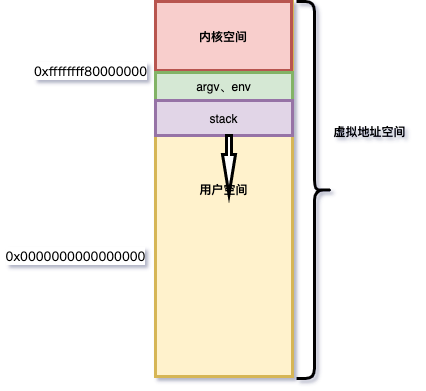
Above: 进程虚拟地址空间.png in midou-tech/pothoto (draw.io), before the change. Source tidied: cells renumbered, new cells last; positions are measured from the earlier drawing's top-left corner, leaving out a move shared by most shapes.
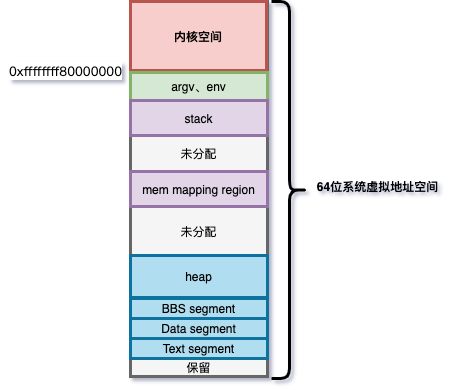
After the commit.

Commit message:
更新进程虚拟地址空间.png

The edit, as a diff of the source:
```diff
@@ -2,7 +2,7 @@
   <root>
     <mxCell id="0" />
     <mxCell id="1" parent="0" />
-    <mxCell id="2" value="&lt;b&gt;用户空间&lt;/b&gt;" style="rounded=0;whiteSpace=wrap;html=1;fillColor=#fff2cc;strokeColor=#d6b656;strokeWidth=3;" parent="1" vertex="1">
+    <mxCell id="2" style="rounded=0;whiteSpace=wrap;html=1;fillColor=#f5f5f5;strokeColor=#666666;strokeWidth=3;fontColor=#333333;" parent="1" vertex="1">
       <mxGeometry x="155" width="137" height="375" as="geometry" />
     </mxCell>
     <mxCell id="3" value="&lt;b&gt;内核空间&lt;/b&gt;" style="rounded=0;whiteSpace=wrap;html=1;fillColor=#f8cecc;strokeColor=#b85450;shadow=0;sketch=0;glass=0;strokeWidth=3;" parent="1" vertex="1">
@@ -11,23 +11,41 @@
     <mxCell id="4" style="shape=curlyBracket;whiteSpace=wrap;html=1;rounded=1;shadow=0;glass=0;sketch=0;strokeWidth=3;gradientColor=none;direction=west;" parent="1" vertex="1">
       <mxGeometry x="296" width="36" height="377" as="geometry" />
     </mxCell>
-    <mxCell id="5" value="&lt;b&gt;虚拟地址空间&lt;/b&gt;" style="text;html=1;align=center;verticalAlign=middle;" parent="1" vertex="1">
-      <mxGeometry x="324" y="120" width="90" height="20" as="geometry" />
+    <mxCell id="5" value="&lt;b&gt;64位系统虚拟地址空间&lt;/b&gt;" style="text;html=1;align=center;verticalAlign=middle;" parent="1" vertex="1">
+      <mxGeometry x="336" y="176" width="131" height="18" as="geometry" />
     </mxCell>
     <mxCell id="6" value="&lt;pre style=&quot;font-family: &amp;#34;jetbrains mono&amp;#34; ; font-size: 9.8pt&quot;&gt;&lt;span style=&quot;background-color: rgb(255 , 255 , 255)&quot;&gt;0xffffffff80000000&lt;/span&gt;&lt;/pre&gt;" style="text;html=1;align=center;verticalAlign=middle;" parent="1" vertex="1">
       <mxGeometry x="25" y="45" width="130" height="50" as="geometry" />
     </mxCell>
-    <mxCell id="7" value="&lt;pre style=&quot;font-family: &amp;#34;jetbrains mono&amp;#34; ; font-size: 9.8pt&quot;&gt;&lt;pre style=&quot;font-family: &amp;#34;jetbrains mono&amp;#34; ; font-size: 9.8pt&quot;&gt;&lt;span style=&quot;background-color: rgb(255 , 255 , 255)&quot;&gt;0x0000000000000000&lt;/span&gt;&lt;/pre&gt;&lt;/pre&gt;" style="text;html=1;align=center;verticalAlign=middle;" parent="1" vertex="1">
-      <mxGeometry y="233" width="150" height="44" as="geometry" />
-    </mxCell>
     <mxCell id="8" value="argv、env" style="rounded=0;whiteSpace=wrap;html=1;shadow=0;glass=0;sketch=0;strokeWidth=3;fillColor=#d5e8d4;strokeColor=#82b366;" parent="1" vertex="1">
       <mxGeometry x="155" y="71" width="137" height="28" as="geometry" />
     </mxCell>
     <mxCell id="9" value="stack" style="rounded=0;whiteSpace=wrap;html=1;shadow=0;glass=0;sketch=0;strokeWidth=3;fillColor=#e1d5e7;strokeColor=#9673a6;" parent="1" vertex="1">
       <mxGeometry x="155" y="99" width="137" height="35" as="geometry" />
     </mxCell>
-    <mxCell id="10" style="html=1;shadow=0;dashed=0;align=center;verticalAlign=middle;shape=mxgraph.arrows2.arrow;dy=0.6;dx=40;direction=south;notch=0;rounded=0;glass=0;sketch=0;strokeWidth=3;gradientColor=none;" parent="1" vertex="1">
-      <mxGeometry x="222" y="134" width="13" height="59" as="geometry" />
-    </mxCell>
+    <mxCell id="11" value="heap" style="rounded=0;whiteSpace=wrap;html=1;shadow=0;glass=0;sketch=0;strokeWidth=3;fillColor=#b1ddf0;strokeColor=#10739e;" parent="1" vertex="1">
+      <mxGeometry x="155" y="254" width="137" height="42" as="geometry" />
+    </mxCell>
+    <mxCell id="12" value="mem mapping region" style="rounded=0;whiteSpace=wrap;html=1;shadow=0;glass=0;sketch=0;strokeWidth=3;fillColor=#e1d5e7;strokeColor=#9673a6;" parent="1" vertex="1">
+      <mxGeometry x="155" y="170" width="137" height="35" as="geometry" />
+    </mxCell>
+    <mxCell id="13" value="BBS segment" style="rounded=0;whiteSpace=wrap;html=1;shadow=0;glass=0;sketch=0;strokeWidth=3;fillColor=#b1ddf0;strokeColor=#10739e;" parent="1" vertex="1">
+      <mxGeometry x="155" y="297" width="137" height="20" as="geometry" />
+    </mxCell>
+    <mxCell id="14" value="Data segment" style="rounded=0;whiteSpace=wrap;html=1;shadow=0;glass=0;sketch=0;strokeWidth=3;fillColor=#b1ddf0;strokeColor=#10739e;" parent="1" vertex="1">
+      <mxGeometry x="155" y="317" width="137" height="20" as="geometry" />
+    </mxCell>
+    <mxCell id="15" value="Text segment" style="rounded=0;whiteSpace=wrap;html=1;shadow=0;glass=0;sketch=0;strokeWidth=3;fillColor=#b1ddf0;strokeColor=#10739e;" parent="1" vertex="1">
+      <mxGeometry x="155" y="337" width="137" height="20" as="geometry" />
+    </mxCell>
+    <mxCell id="16" value="未分配" style="text;html=1;align=center;verticalAlign=middle;" parent="1" vertex="1">
+      <mxGeometry x="200" y="143" width="46" height="18" as="geometry" />
+    </mxCell>
+    <mxCell id="17" value="未分配" style="text;html=1;align=center;verticalAlign=middle;" parent="1" vertex="1">
+      <mxGeometry x="200" y="221" width="46" height="18" as="geometry" />
+    </mxCell>
+    <mxCell id="18" value="保留" style="text;html=1;align=center;verticalAlign=middle;" parent="1" vertex="1">
+      <mxGeometry x="206" y="357" width="34" height="18" as="geometry" />
+    </mxCell>
   </root>
 </mxGraphModel>
```
